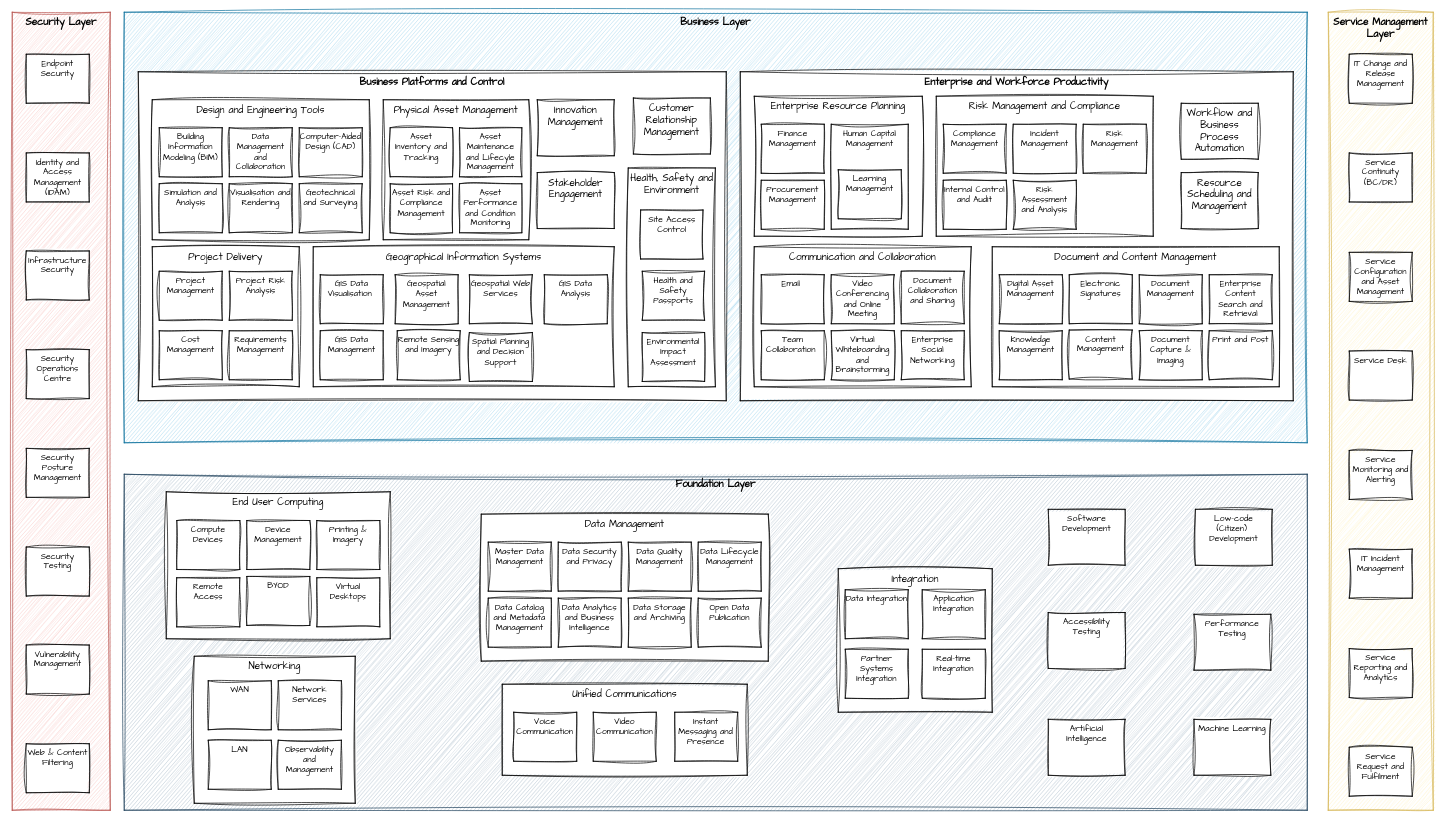
Before: page "Technology Reference Model" (9 of 15) of Orbus Designs.drawio in martinlt/reference, a draw.io diagram. Source tidied: cells renumbered, new cells numbered last; positions are measured from the earlier drawing's top-left corner, leaving out a move shared by most shapes. Both pictures are drawn from the tidied source at 70%, with x=0, y=0 at pixel (12, 12).
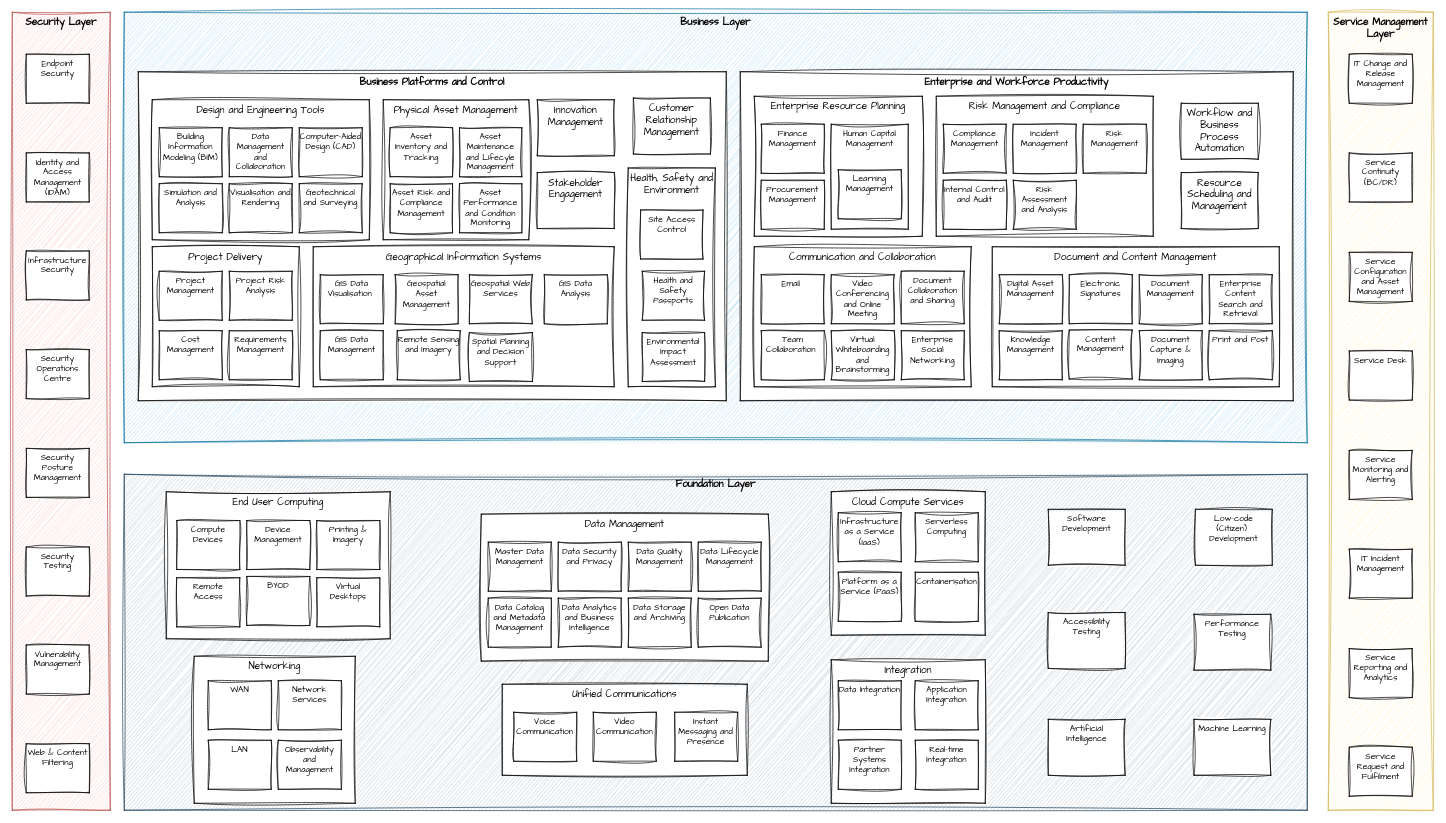
After the change.

Change to the diagram source:
```diff
@@
     <mxCell id="101" style="group;" parent="1" vertex="1">
-      <mxGeometry x="1180" y="795" width="220" height="205" as="geometry" />
+      <mxGeometry x="1170" y="685" width="220" height="205" as="geometry" />
     </mxCell>
-    <mxCell id="102" value="Integration" style="rounded=0;whiteSpace=wrap;html=1;sketch=1;curveFitting=1;jiggle=2;verticalAlign=top;fontSize=14;fontFamily=Comic Sans MS;" parent="101" vertex="1">
+    <mxCell id="102" value="Cloud Compute Services" style="rounded=0;whiteSpace=wrap;html=1;sketch=1;curveFitting=1;jiggle=2;verticalAlign=top;fontSize=14;fontFamily=Comic Sans MS;" parent="101" vertex="1">
       <mxGeometry width="220" height="205" as="geometry" />
     </mxCell>
-    <mxCell id="103" value="Data Integration" style="rounded=0;whiteSpace=wrap;html=1;sketch=1;curveFitting=1;jiggle=2;verticalAlign=top;fontSize=12;fontFamily=Comic Sans MS;" parent="101" vertex="1">
+    <mxCell id="103" value="Infrastructure as a Service (IaaS)" style="rounded=0;whiteSpace=wrap;html=1;sketch=1;curveFitting=1;jiggle=2;verticalAlign=top;fontSize=12;fontFamily=Comic Sans MS;" parent="101" vertex="1">
       <mxGeometry x="10" y="30" width="90" height="70" as="geometry" />
     </mxCell>
-    <mxCell id="104" value="Application Integration" style="rounded=0;whiteSpace=wrap;html=1;sketch=1;curveFitting=1;jiggle=2;verticalAlign=top;fontSize=12;fontFamily=Comic Sans MS;" parent="101" vertex="1">
+    <mxCell id="104" value="Serverless Computing" style="rounded=0;whiteSpace=wrap;html=1;sketch=1;curveFitting=1;jiggle=2;verticalAlign=top;fontSize=12;fontFamily=Comic Sans MS;" parent="101" vertex="1">
       <mxGeometry x="120" y="30" width="90" height="70" as="geometry" />
     </mxCell>
-    <mxCell id="105" value="&lt;div&gt;Partner Systems Integration&lt;/div&gt;" style="rounded=0;whiteSpace=wrap;html=1;sketch=1;curveFitting=1;jiggle=2;verticalAlign=top;fontSize=12;fontFamily=Comic Sans MS;" parent="101" vertex="1">
+    <mxCell id="105" value="&lt;div&gt;Platform as a Service (PaaS)&lt;/div&gt;" style="rounded=0;whiteSpace=wrap;html=1;sketch=1;curveFitting=1;jiggle=2;verticalAlign=top;fontSize=12;fontFamily=Comic Sans MS;" parent="101" vertex="1">
       <mxGeometry x="10" y="115" width="90" height="70" as="geometry" />
     </mxCell>
-    <mxCell id="106" value="&lt;div&gt;Real-time Integration&lt;/div&gt;" style="rounded=0;whiteSpace=wrap;html=1;sketch=1;curveFitting=1;jiggle=2;verticalAlign=top;fontSize=12;fontFamily=Comic Sans MS;" parent="101" vertex="1">
+    <mxCell id="106" value="&lt;div&gt;Containerisation&lt;/div&gt;" style="rounded=0;whiteSpace=wrap;html=1;sketch=1;curveFitting=1;jiggle=2;verticalAlign=top;fontSize=12;fontFamily=Comic Sans MS;" parent="101" vertex="1">
       <mxGeometry x="120" y="115" width="90" height="70" as="geometry" />
     </mxCell>
@@
+    <mxCell id="131" style="group;" parent="1" vertex="1">
+      <mxGeometry x="1170" y="925" width="220" height="205" as="geometry" />
+    </mxCell>
+    <mxCell id="132" value="Integration" style="rounded=0;whiteSpace=wrap;html=1;sketch=1;curveFitting=1;jiggle=2;verticalAlign=top;fontSize=14;fontFamily=Comic Sans MS;" parent="131" vertex="1">
+      <mxGeometry width="220" height="205" as="geometry" />
+    </mxCell>
+    <mxCell id="133" value="Data Integration" style="rounded=0;whiteSpace=wrap;html=1;sketch=1;curveFitting=1;jiggle=2;verticalAlign=top;fontSize=12;fontFamily=Comic Sans MS;" parent="131" vertex="1">
+      <mxGeometry x="10" y="30" width="90" height="70" as="geometry" />
+    </mxCell>
+    <mxCell id="134" value="Application Integration" style="rounded=0;whiteSpace=wrap;html=1;sketch=1;curveFitting=1;jiggle=2;verticalAlign=top;fontSize=12;fontFamily=Comic Sans MS;" parent="131" vertex="1">
+      <mxGeometry x="120" y="30" width="90" height="70" as="geometry" />
+    </mxCell>
+    <mxCell id="135" value="&lt;div&gt;Partner Systems Integration&lt;/div&gt;" style="rounded=0;whiteSpace=wrap;html=1;sketch=1;curveFitting=1;jiggle=2;verticalAlign=top;fontSize=12;fontFamily=Comic Sans MS;" parent="131" vertex="1">
+      <mxGeometry x="10" y="115" width="90" height="70" as="geometry" />
+    </mxCell>
+    <mxCell id="136" value="&lt;div&gt;Real-time Integration&lt;/div&gt;" style="rounded=0;whiteSpace=wrap;html=1;sketch=1;curveFitting=1;jiggle=2;verticalAlign=top;fontSize=12;fontFamily=Comic Sans MS;" parent="131" vertex="1">
+      <mxGeometry x="120" y="115" width="90" height="70" as="geometry" />
+    </mxCell>
```
